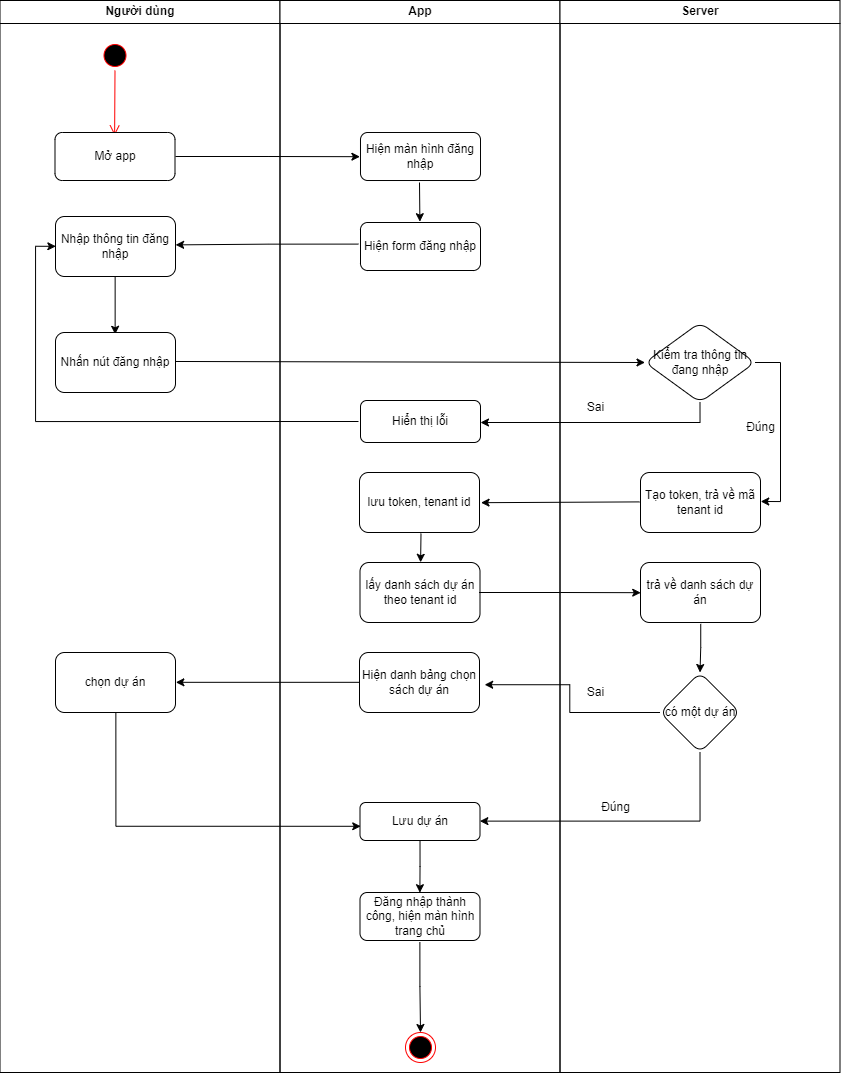
Before: activity diagram/login activity.drawio.png, a diagram exported from draw.io (kienndhn/draw-io). Source tidied: cells renumbered, new cells last; positions are measured from the earlier drawing's top-left corner, leaving out a move shared by most shapes.
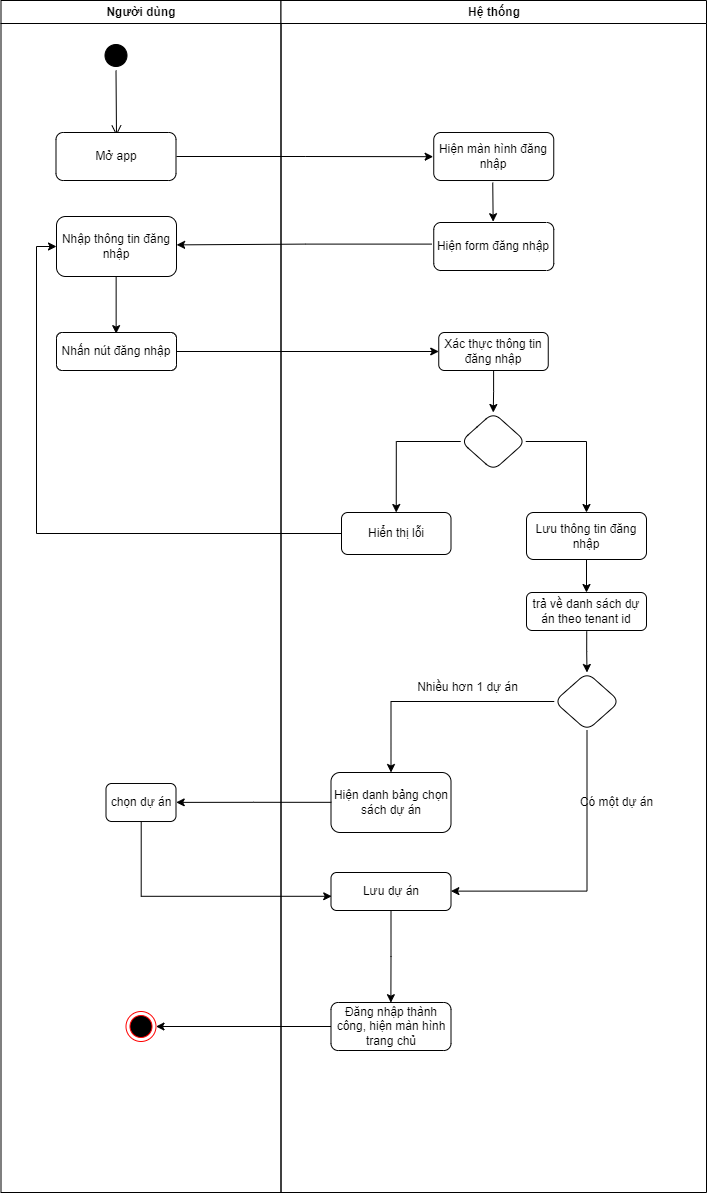
The same file after the commit.

Diff of the diagram source:
```diff
@@ -3,12 +3,12 @@
     <mxCell id="0" />
     <mxCell id="1" parent="0" />
     <mxCell id="2" value="Người dùng" style="swimlane;whiteSpace=wrap;" parent="1" vertex="1">
-      <mxGeometry x="0.5" width="280" height="1072" as="geometry" />
+      <mxGeometry x="0.5" width="280" height="1192" as="geometry" />
     </mxCell>
-    <mxCell id="3" style="ellipse;shape=startState;fillColor=#000000;strokeColor=#ff0000;" parent="2" vertex="1">
+    <mxCell id="3" style="ellipse;shape=startState;fillColor=#000000;strokeColor=#000000;" parent="2" vertex="1">
       <mxGeometry x="100" y="40" width="30" height="30" as="geometry" />
     </mxCell>
-    <mxCell id="4" style="edgeStyle=elbowEdgeStyle;elbow=horizontal;verticalAlign=bottom;endArrow=open;endSize=8;strokeColor=#FF0000;endFill=1;rounded=0;" parent="2" edge="1" source="3">
+    <mxCell id="4" style="edgeStyle=elbowEdgeStyle;elbow=horizontal;verticalAlign=bottom;endArrow=open;endSize=8;strokeColor=#000000;endFill=1;rounded=0;" parent="2" edge="1" source="3">
       <mxGeometry x="100" y="40" as="geometry">
         <mxPoint x="115" y="135" as="targetPoint" />
       </mxGeometry>
@@ -23,87 +23,85 @@
       <mxGeometry x="55.5" y="216" width="120" height="60" as="geometry" />
     </mxCell>
     <mxCell id="8" value="Nhấn nút đăng nhập" style="rounded=1;whiteSpace=wrap;html=1;" parent="2" vertex="1">
-      <mxGeometry x="55.5" y="332" width="120" height="60" as="geometry" />
+      <mxGeometry x="55.5" y="332" width="120" height="38" as="geometry" />
     </mxCell>
     <mxCell id="9" value="chọn dự án" style="rounded=1;whiteSpace=wrap;html=1;" parent="2" vertex="1">
-      <mxGeometry x="55.5" y="652" width="120" height="60" as="geometry" />
+      <mxGeometry x="105" y="783" width="70" height="38" as="geometry" />
     </mxCell>
+    <mxCell id="22" style="ellipse;html=1;shape=endState;fillColor=#000000;strokeColor=#ff0000;rounded=1;" parent="2" vertex="1">
+      <mxGeometry x="125" y="1011" width="30" height="30" as="geometry" />
+    </mxCell>
-    <mxCell id="10" value="App" style="swimlane;whiteSpace=wrap;" parent="1" vertex="1">
-      <mxGeometry x="280.5" width="280" height="1072" as="geometry" />
+    <mxCell id="10" value="Hệ thống" style="swimlane;whiteSpace=wrap;" parent="1" vertex="1">
+      <mxGeometry x="280.5" width="425.5" height="1192" as="geometry" />
     </mxCell>
     <mxCell id="11" style="edgeStyle=orthogonalEdgeStyle;rounded=0;jettySize=auto;html=1;entryX=0.495;entryY=-0.017;entryDx=0;entryDy=0;entryPerimeter=0;" parent="10" edge="1" target="13">
       <mxGeometry relative="1" as="geometry">
-        <mxPoint x="139.5" y="182" as="sourcePoint" />
+        <mxPoint x="211.8" y="182" as="sourcePoint" />
       </mxGeometry>
     </mxCell>
-    <mxCell id="12" value="Hiện màn hình đăng nhập" style="rounded=1;whiteSpace=wrap;html=1;" parent="10" vertex="1">
-      <mxGeometry x="80.5" y="132" width="120" height="48" as="geometry" />
+    <mxCell id="12" value="Hiện màn hình đăng nhập" style="rounded=1;whiteSpace=wrap;html=1;strokeColor=#000000;" parent="10" vertex="1">
+      <mxGeometry x="152.8" y="132" width="120" height="48" as="geometry" />
     </mxCell>
     <mxCell id="13" value="Hiện form đăng nhập" style="rounded=1;whiteSpace=wrap;html=1;fillColor=rgb(255, 255, 255);strokeColor=rgb(0, 0, 0);fontColor=rgb(0, 0, 0);" parent="10" vertex="1">
-      <mxGeometry x="80.5" y="222" width="120" height="48" as="geometry" />
+      <mxGeometry x="152.8" y="222" width="120" height="48" as="geometry" />
     </mxCell>
-    <mxCell id="14" style="edgeStyle=orthogonalEdgeStyle;rounded=0;jettySize=auto;html=1;entryX=0.505;entryY=-0.003;entryDx=0;entryDy=0;entryPerimeter=0;" parent="10" edge="1" target="16">
-      <mxGeometry relative="1" as="geometry">
-        <mxPoint x="141" y="533" as="sourcePoint" />
-      </mxGeometry>
-    </mxCell>
-    <mxCell id="15" value="lưu token, tenant id" style="rounded=1;whiteSpace=wrap;html=1;" parent="10" vertex="1">
-      <mxGeometry x="79.5" y="472" width="120" height="60" as="geometry" />
-    </mxCell>
-    <mxCell id="16" value="lấy danh sách dự án theo tenant id" style="rounded=1;whiteSpace=wrap;html=1;" parent="10" vertex="1">
-      <mxGeometry x="80" y="562" width="120" height="60" as="geometry" />
-    </mxCell>
     <mxCell id="17" style="edgeStyle=orthogonalEdgeStyle;rounded=0;jettySize=auto;html=1;entryX=0.499;entryY=0.004;entryDx=0;entryDy=0;entryPerimeter=0;" parent="10" edge="1" source="18" target="19">
       <mxGeometry relative="1" as="geometry" />
     </mxCell>
     <mxCell id="18" value="Lưu dự án" style="rounded=1;whiteSpace=wrap;html=1;" parent="10" vertex="1">
-      <mxGeometry x="80" y="802" width="120" height="38" as="geometry" />
+      <mxGeometry x="50" y="872" width="120" height="38" as="geometry" />
     </mxCell>
     <mxCell id="19" value="Đăng nhập thành công, hiện màn hình trang chủ" style="rounded=1;whiteSpace=wrap;html=1;fillColor=rgb(255, 255, 255);strokeColor=rgb(0, 0, 0);fontColor=rgb(0, 0, 0);" parent="10" vertex="1">
-      <mxGeometry x="80" y="892" width="120" height="48" as="geometry" />
+      <mxGeometry x="50" y="1002" width="120" height="48" as="geometry" />
     </mxCell>
     <mxCell id="20" value="Hiện danh bảng chọn sách dự án" style="rounded=1;whiteSpace=wrap;html=1;" parent="10" vertex="1">
-      <mxGeometry x="79.5" y="652" width="120" height="60" as="geometry" />
+      <mxGeometry x="50" y="772" width="120" height="60" as="geometry" />
     </mxCell>
     <mxCell id="21" value="Hiển thị lỗi" style="whiteSpace=wrap;html=1;rounded=1;" parent="10" vertex="1">
-      <mxGeometry x="80.5" y="400" width="120" height="42" as="geometry" />
+      <mxGeometry x="60.5" y="512" width="109.5" height="42" as="geometry" />
     </mxCell>
-    <mxCell id="22" style="ellipse;html=1;shape=endState;fillColor=#000000;strokeColor=#ff0000;rounded=1;" parent="10" vertex="1">
-      <mxGeometry x="125.5" y="1032" width="30" height="30" as="geometry" />
-    </mxCell>
-    <mxCell id="23" style="edgeStyle=orthogonalEdgeStyle;rounded=0;jettySize=auto;html=1;entryX=0.5;entryY=0;entryDx=0;entryDy=0;exitX=0.499;exitY=1.037;exitDx=0;exitDy=0;exitPerimeter=0;" parent="10" edge="1" source="19" target="22">
-      <mxGeometry relative="1" as="geometry" />
-    </mxCell>
-    <mxCell id="24" value="Server" style="swimlane;whiteSpace=wrap;" parent="1" vertex="1">
-      <mxGeometry x="560.5" width="280" height="1072" as="geometry" />
-    </mxCell>
+    <mxCell id="46" style="edgeStyle=orthogonalEdgeStyle;rounded=0;jettySize=auto;html=1;entryX=0.5;entryY=0;entryDx=0;entryDy=0;" parent="10" edge="1" source="47" target="26">
+      <mxGeometry relative="1" as="geometry" />
+    </mxCell>
+    <mxCell id="47" value="Xác thực thông tin đăng nhập" style="rounded=1;whiteSpace=wrap;html=1;" parent="10" vertex="1">
+      <mxGeometry x="157.8" y="332" width="109.5" height="38" as="geometry" />
+    </mxCell>
+    <mxCell id="48" style="edgeStyle=orthogonalEdgeStyle;rounded=0;jettySize=auto;html=1;entryX=0.5;entryY=0;entryDx=0;entryDy=0;" parent="10" edge="1" source="26" target="21">
+      <mxGeometry relative="1" as="geometry" />
+    </mxCell>
-    <mxCell id="25" style="edgeStyle=orthogonalEdgeStyle;rounded=0;jettySize=auto;html=1;entryX=1.002;entryY=0.483;entryDx=0;entryDy=0;entryPerimeter=0;exitX=1;exitY=0.5;exitDx=0;exitDy=0;" parent="24" edge="1" source="26" target="27">
+    <mxCell id="25" style="edgeStyle=orthogonalEdgeStyle;rounded=0;jettySize=auto;html=1;" parent="10" edge="1" source="26" target="27">
       <mxGeometry relative="1" as="geometry" />
     </mxCell>
-    <mxCell id="26" value="Kiểm tra thông tin đang nhập" style="rhombus;whiteSpace=wrap;html=1;fillColor=rgb(255, 255, 255);strokeColor=rgb(0, 0, 0);fontColor=rgb(0, 0, 0);rounded=1;" parent="24" vertex="1">
-      <mxGeometry x="85" y="322" width="110" height="80" as="geometry" />
+    <mxCell id="26" style="rhombus;whiteSpace=wrap;html=1;fillColor=rgb(255, 255, 255);strokeColor=rgb(0, 0, 0);fontColor=rgb(0, 0, 0);rounded=1;" parent="10" vertex="1">
+      <mxGeometry x="179.8" y="412" width="65" height="58" as="geometry" />
     </mxCell>
+    <mxCell id="49" style="edgeStyle=orthogonalEdgeStyle;rounded=0;jettySize=auto;html=1;entryX=0.5;entryY=0;entryDx=0;entryDy=0;" parent="10" edge="1" source="27" target="30">
+      <mxGeometry relative="1" as="geometry" />
+    </mxCell>
-    <mxCell id="27" value="Tạo token, trả về mã tenant id" style="rounded=1;whiteSpace=wrap;html=1;" parent="24" vertex="1">
-      <mxGeometry x="80.5" y="472" width="120" height="60" as="geometry" />
+    <mxCell id="27" value="Lưu thông tin đăng nhập" style="rounded=1;whiteSpace=wrap;html=1;" parent="10" vertex="1">
+      <mxGeometry x="245.5" y="512" width="120" height="47" as="geometry" />
     </mxCell>
-    <mxCell id="28" value="Đúng" style="text;html=1;align=center;verticalAlign=middle;strokeColor=none;fillColor=none;" parent="24" vertex="1">
-      <mxGeometry x="175.5" y="412" width="50" height="30" as="geometry" />
-    </mxCell>
-    <mxCell id="29" style="edgeStyle=orthogonalEdgeStyle;rounded=0;jettySize=auto;html=1;entryX=0.5;entryY=0;entryDx=0;entryDy=0;exitX=0.502;exitY=1.023;exitDx=0;exitDy=0;exitPerimeter=0;" parent="24" edge="1" source="30" target="31">
-      <mxGeometry relative="1" as="geometry" />
-    </mxCell>
-    <mxCell id="30" value="trả về danh sách dự án" style="rounded=1;whiteSpace=wrap;html=1;" parent="24" vertex="1">
-      <mxGeometry x="80.5" y="562" width="120" height="60" as="geometry" />
+    <mxCell id="30" value="trả về danh sách dự án theo tenant id" style="rounded=1;whiteSpace=wrap;html=1;" parent="10" vertex="1">
+      <mxGeometry x="245.5" y="592" width="120" height="38" as="geometry" />
     </mxCell>
-    <mxCell id="31" value="có một dự án" style="rhombus;whiteSpace=wrap;html=1;rounded=1;" parent="24" vertex="1">
-      <mxGeometry x="100" y="672" width="80" height="80" as="geometry" />
+    <mxCell id="31" style="rhombus;whiteSpace=wrap;html=1;rounded=1;" parent="10" vertex="1">
+      <mxGeometry x="273.2" y="672" width="65.5" height="58" as="geometry" />
     </mxCell>
-    <mxCell id="32" value="Đúng" style="text;html=1;align=center;verticalAlign=middle;strokeColor=none;fillColor=none;" parent="24" vertex="1">
-      <mxGeometry x="30.5" y="792" width="50" height="30" as="geometry" />
-    </mxCell>
-    <mxCell id="33" value="Sai" style="text;html=1;align=center;verticalAlign=middle;strokeColor=none;fillColor=none;" parent="24" vertex="1">
-      <mxGeometry x="15.5" y="392" width="40" height="30" as="geometry" />
-    </mxCell>
+    <mxCell id="39" style="edgeStyle=orthogonalEdgeStyle;rounded=0;jettySize=auto;html=1;entryX=0.999;entryY=0.49;entryDx=0;entryDy=0;entryPerimeter=0;exitX=0.5;exitY=1;exitDx=0;exitDy=0;" parent="10" edge="1" source="31" target="18">
+      <mxGeometry relative="1" as="geometry" />
+    </mxCell>
+    <mxCell id="40" style="edgeStyle=orthogonalEdgeStyle;rounded=0;jettySize=auto;html=1;exitX=0;exitY=0.5;exitDx=0;exitDy=0;entryX=0.5;entryY=0;entryDx=0;entryDy=0;" parent="10" edge="1" source="31" target="20">
+      <mxGeometry relative="1" as="geometry" />
+    </mxCell>
+    <mxCell id="29" style="edgeStyle=orthogonalEdgeStyle;rounded=0;jettySize=auto;html=1;entryX=0.5;entryY=0;entryDx=0;entryDy=0;exitX=0.502;exitY=1.023;exitDx=0;exitDy=0;exitPerimeter=0;" parent="10" edge="1" source="30" target="31">
+      <mxGeometry relative="1" as="geometry" />
+    </mxCell>
+    <mxCell id="50" value="Có một dự án" style="text;html=1;align=center;verticalAlign=middle;strokeColor=none;fillColor=none;" parent="10" vertex="1">
+      <mxGeometry x="285.5" y="787" width="100" height="30" as="geometry" />
+    </mxCell>
+    <mxCell id="51" value="Nhiều hơn 1 dự án" style="text;html=1;align=center;verticalAlign=middle;strokeColor=none;fillColor=none;" parent="10" vertex="1">
+      <mxGeometry x="126" y="672" width="120" height="30" as="geometry" />
+    </mxCell>
     <mxCell id="34" style="edgeStyle=orthogonalEdgeStyle;rounded=0;jettySize=auto;html=1;entryX=-0.005;entryY=0.504;entryDx=0;entryDy=0;entryPerimeter=0;" parent="1" edge="1" target="12">
       <mxGeometry relative="1" as="geometry">
         <mxPoint x="176" y="156" as="sourcePoint" />
@@ -112,47 +110,20 @@
     <mxCell id="35" style="edgeStyle=orthogonalEdgeStyle;rounded=0;jettySize=auto;html=1;entryX=1.001;entryY=0.473;entryDx=0;entryDy=0;entryPerimeter=0;exitX=-0.018;exitY=0.45;exitDx=0;exitDy=0;exitPerimeter=0;" parent="1" edge="1" source="13" target="7">
       <mxGeometry relative="1" as="geometry" />
     </mxCell>
-    <mxCell id="36" style="rounded=0;jettySize=auto;html=1;entryX=0;entryY=0.5;entryDx=0;entryDy=0;exitX=0.997;exitY=0.483;exitDx=0;exitDy=0;exitPerimeter=0;" parent="1" edge="1" source="8" target="26">
-      <mxGeometry relative="1" as="geometry" />
-    </mxCell>
-    <mxCell id="37" style="edgeStyle=none;rounded=0;jettySize=auto;html=1;exitX=-0.007;exitY=0.49;exitDx=0;exitDy=0;exitPerimeter=0;entryX=1.013;entryY=0.503;entryDx=0;entryDy=0;entryPerimeter=0;" parent="1" edge="1" source="27" target="15">
-      <mxGeometry relative="1" as="geometry" />
-    </mxCell>
-    <mxCell id="38" style="edgeStyle=orthogonalEdgeStyle;rounded=0;jettySize=auto;html=1;exitX=0.992;exitY=0.5;exitDx=0;exitDy=0;exitPerimeter=0;entryX=0.002;entryY=0.503;entryDx=0;entryDy=0;entryPerimeter=0;" parent="1" edge="1" source="16" target="30">
-      <mxGeometry relative="1" as="geometry" />
-    </mxCell>
-    <mxCell id="39" style="edgeStyle=orthogonalEdgeStyle;rounded=0;jettySize=auto;html=1;entryX=0.999;entryY=0.49;entryDx=0;entryDy=0;entryPerimeter=0;exitX=0.5;exitY=1;exitDx=0;exitDy=0;" parent="1" edge="1" source="31" target="18">
-      <mxGeometry relative="1" as="geometry" />
-    </mxCell>
-    <mxCell id="40" style="edgeStyle=orthogonalEdgeStyle;rounded=0;jettySize=auto;html=1;exitX=0;exitY=0.5;exitDx=0;exitDy=0;entryX=1.043;entryY=0.537;entryDx=0;entryDy=0;entryPerimeter=0;" parent="1" edge="1" source="31" target="20">
-      <mxGeometry relative="1" as="geometry" />
-    </mxCell>
     <mxCell id="41" style="edgeStyle=orthogonalEdgeStyle;rounded=0;jettySize=auto;html=1;entryX=1.003;entryY=0.497;entryDx=0;entryDy=0;entryPerimeter=0;exitX=0.003;exitY=0.497;exitDx=0;exitDy=0;exitPerimeter=0;" parent="1" edge="1" source="20" target="9">
       <mxGeometry relative="1" as="geometry" />
     </mxCell>
     <mxCell id="42" style="edgeStyle=orthogonalEdgeStyle;rounded=0;jettySize=auto;html=1;entryX=0.006;entryY=0.626;entryDx=0;entryDy=0;entryPerimeter=0;exitX=0.503;exitY=1.003;exitDx=0;exitDy=0;exitPerimeter=0;" parent="1" edge="1" source="9" target="18">
       <mxGeometry relative="1" as="geometry" />
     </mxCell>
-    <mxCell id="43" value="Sai" style="text;html=1;align=center;verticalAlign=middle;strokeColor=none;fillColor=none;" parent="1" vertex="1">
-      <mxGeometry x="576" y="677" width="40" height="30" as="geometry" />
-    </mxCell>
-    <mxCell id="44" style="edgeStyle=orthogonalEdgeStyle;rounded=0;jettySize=auto;html=1;exitX=0.5;exitY=1;exitDx=0;exitDy=0;" parent="1" edge="1" source="26">
-      <mxGeometry relative="1" as="geometry">
-        <mxPoint x="481" y="422" as="targetPoint" />
-        <Array as="points">
-          <mxPoint x="701" y="422" />
-          <mxPoint x="481" y="422" />
-        </Array>
-      </mxGeometry>
-    </mxCell>
-    <mxCell id="45" style="edgeStyle=orthogonalEdgeStyle;rounded=0;jettySize=auto;html=1;entryX=0.003;entryY=0.497;entryDx=0;entryDy=0;entryPerimeter=0;" parent="1" edge="1" target="7">
-      <mxGeometry relative="1" as="geometry">
-        <mxPoint x="359" y="421" as="sourcePoint" />
-        <Array as="points">
-          <mxPoint x="36" y="421" />
-          <mxPoint x="36" y="246" />
-        </Array>
-      </mxGeometry>
-    </mxCell>
+    <mxCell id="52" style="edgeStyle=orthogonalEdgeStyle;rounded=0;jettySize=auto;html=1;entryX=0;entryY=0.5;entryDx=0;entryDy=0;" parent="1" edge="1" source="8" target="47">
+      <mxGeometry relative="1" as="geometry" />
+    </mxCell>
+    <mxCell id="53" style="edgeStyle=orthogonalEdgeStyle;rounded=0;jettySize=auto;html=1;entryX=0;entryY=0.5;entryDx=0;entryDy=0;" parent="1" edge="1" source="21" target="7">
+      <mxGeometry relative="1" as="geometry" />
+    </mxCell>
+    <mxCell id="23" style="edgeStyle=orthogonalEdgeStyle;rounded=0;jettySize=auto;html=1;exitX=0;exitY=0.5;exitDx=0;exitDy=0;entryX=1;entryY=0.5;entryDx=0;entryDy=0;" parent="1" edge="1" source="19" target="22">
+      <mxGeometry relative="1" as="geometry" />
+    </mxCell>
   </root>
 </mxGraphModel>
```
